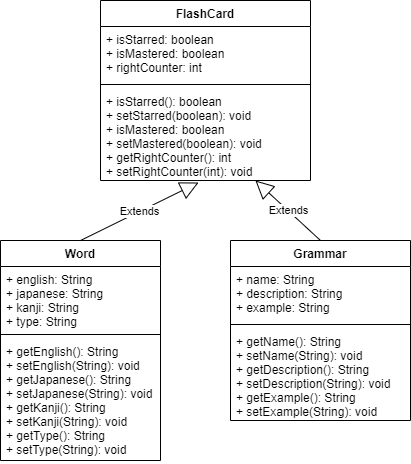
Before: Class Diagram.png, a diagram exported from draw.io (delacruzkb/JPNStudy). Source tidied: cells renumbered, new cells last; positions are measured from the earlier drawing's top-left corner, leaving out a move shared by most shapes. Its diagram source:
```xml
<mxGraphModel>
  <root>
    <mxCell id="0" />
    <mxCell id="1" parent="0" />
    <mxCell id="2" value="Word" style="swimlane;fontStyle=1;align=center;verticalAlign=top;horizontal=1;startSize=26;" parent="1" vertex="1">
      <mxGeometry y="240" width="160" height="220" as="geometry" />
    </mxCell>
    <mxCell id="3" value="+ english: String&#10;+ japanese: String&#10;+ kanji: String&#10;+ type: String&#10;" style="text;strokeColor=none;fillColor=none;align=left;verticalAlign=top;spacingLeft=4;spacingRight=4;overflow=hidden;" parent="2" vertex="1">
      <mxGeometry y="26" width="160" height="64" as="geometry" />
    </mxCell>
    <mxCell id="4" style="line;strokeWidth=1;fillColor=none;align=left;verticalAlign=middle;spacingTop=-1;spacingLeft=3;spacingRight=3;labelPosition=right;" parent="2" vertex="1">
      <mxGeometry y="90" width="160" height="8" as="geometry" />
    </mxCell>
    <mxCell id="5" value="+ getEnglish(): String&#10;+ setEnglish(String): void&#10;+ getJapanese(): String&#10;+ setJapanese(String): void&#10;+ getKanji(): String&#10;+ setKanji(String): void&#10;+ getType(): String&#10;+ setType(String): void" style="text;strokeColor=none;fillColor=none;align=left;verticalAlign=top;spacingLeft=4;spacingRight=4;overflow=hidden;" parent="2" vertex="1">
      <mxGeometry y="98" width="160" height="122" as="geometry" />
    </mxCell>
    <mxCell id="6" value="Grammar" style="swimlane;fontStyle=1;align=center;verticalAlign=top;horizontal=1;startSize=26;" parent="1" vertex="1">
      <mxGeometry x="230" y="240" width="180" height="180" as="geometry" />
    </mxCell>
    <mxCell id="7" value="+ name: String&#10;+ description: String&#10;+ example: String" style="text;strokeColor=none;fillColor=none;align=left;verticalAlign=top;spacingLeft=4;spacingRight=4;overflow=hidden;" parent="6" vertex="1">
      <mxGeometry y="26" width="180" height="54" as="geometry" />
    </mxCell>
    <mxCell id="8" style="line;strokeWidth=1;fillColor=none;align=left;verticalAlign=middle;spacingTop=-1;spacingLeft=3;spacingRight=3;labelPosition=right;" parent="6" vertex="1">
      <mxGeometry y="80" width="180" height="8" as="geometry" />
    </mxCell>
    <mxCell id="9" value="+ getName(): String&#10;+ setName(String): void&#10;+ getDescription(): String&#10;+ setDescription(String): void&#10;+ getExample(): String&#10;+ setExample(String): void" style="text;strokeColor=none;fillColor=none;align=left;verticalAlign=top;spacingLeft=4;spacingRight=4;overflow=hidden;" parent="6" vertex="1">
      <mxGeometry y="88" width="180" height="92" as="geometry" />
    </mxCell>
    <mxCell id="10" value="FlashCard" style="swimlane;fontStyle=1;align=center;verticalAlign=top;horizontal=1;startSize=26;" parent="1" vertex="1">
      <mxGeometry x="100" width="210" height="180" as="geometry" />
    </mxCell>
    <mxCell id="11" value="+ isStarred: boolean&#10;+ isMastered: boolean&#10;+ rightCounter: int" style="text;strokeColor=none;fillColor=none;align=left;verticalAlign=top;spacingLeft=4;spacingRight=4;overflow=hidden;" parent="10" vertex="1">
      <mxGeometry y="26" width="210" height="54" as="geometry" />
    </mxCell>
    <mxCell id="12" style="line;strokeWidth=1;fillColor=none;align=left;verticalAlign=middle;spacingTop=-1;spacingLeft=3;spacingRight=3;labelPosition=right;" parent="10" vertex="1">
      <mxGeometry y="80" width="210" height="8" as="geometry" />
    </mxCell>
    <mxCell id="13" value="+ isStarred(): boolean&#10;+ setStarred(boolean): void&#10;+ isMastered: boolean&#10;+ setMastered(boolean): void&#10;+ getRightCounter(): int&#10;+ setRightCounter(int): void" style="text;strokeColor=none;fillColor=none;align=left;verticalAlign=top;spacingLeft=4;spacingRight=4;overflow=hidden;points=[[0,0.5],[1,0.5]];portConstraint=eastwest;" parent="10" vertex="1">
      <mxGeometry y="88" width="210" height="92" as="geometry" />
    </mxCell>
    <mxCell id="14" value="Extends" style="endArrow=block;endSize=16;endFill=0;html=1;exitX=0.5;exitY=0;exitDx=0;exitDy=0;" parent="1" edge="1" source="6" target="13">
      <mxGeometry relative="1" as="geometry" />
    </mxCell>
    <mxCell id="15" value="Extends" style="endArrow=block;endSize=16;endFill=0;html=1;exitX=0.5;exitY=0;exitDx=0;exitDy=0;entryX=0.467;entryY=1.022;entryDx=0;entryDy=0;entryPerimeter=0;" parent="1" edge="1" source="2" target="13">
      <mxGeometry relative="1" as="geometry" />
    </mxCell>
  </root>
</mxGraphModel>
```
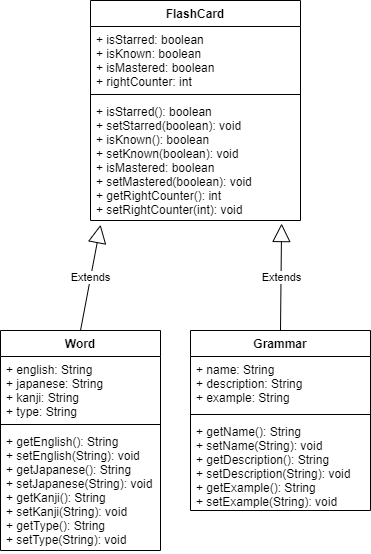
Later version of the same file.

Commit message:
added diagrams for app

What changed in the source:
```diff
@@ -3,7 +3,7 @@
     <mxCell id="0" />
     <mxCell id="1" parent="0" />
     <mxCell id="2" value="Word" style="swimlane;fontStyle=1;align=center;verticalAlign=top;horizontal=1;startSize=26;" parent="1" vertex="1">
-      <mxGeometry y="240" width="160" height="220" as="geometry" />
+      <mxGeometry x="10" y="310" width="160" height="220" as="geometry" />
     </mxCell>
     <mxCell id="3" value="+ english: String&#10;+ japanese: String&#10;+ kanji: String&#10;+ type: String&#10;" style="text;strokeColor=none;fillColor=none;align=left;verticalAlign=top;spacingLeft=4;spacingRight=4;overflow=hidden;" parent="2" vertex="1">
       <mxGeometry y="26" width="160" height="64" as="geometry" />
@@ -15,7 +15,7 @@
       <mxGeometry y="98" width="160" height="122" as="geometry" />
     </mxCell>
     <mxCell id="6" value="Grammar" style="swimlane;fontStyle=1;align=center;verticalAlign=top;horizontal=1;startSize=26;" parent="1" vertex="1">
-      <mxGeometry x="230" y="240" width="180" height="180" as="geometry" />
+      <mxGeometry x="200" y="310" width="180" height="180" as="geometry" />
     </mxCell>
     <mxCell id="7" value="+ name: String&#10;+ description: String&#10;+ example: String" style="text;strokeColor=none;fillColor=none;align=left;verticalAlign=top;spacingLeft=4;spacingRight=4;overflow=hidden;" parent="6" vertex="1">
       <mxGeometry y="26" width="180" height="54" as="geometry" />
@@ -27,21 +27,21 @@
       <mxGeometry y="88" width="180" height="92" as="geometry" />
     </mxCell>
     <mxCell id="10" value="FlashCard" style="swimlane;fontStyle=1;align=center;verticalAlign=top;horizontal=1;startSize=26;" parent="1" vertex="1">
-      <mxGeometry x="100" width="210" height="180" as="geometry" />
+      <mxGeometry x="100" y="-20" width="210" height="220" as="geometry" />
     </mxCell>
-    <mxCell id="11" value="+ isStarred: boolean&#10;+ isMastered: boolean&#10;+ rightCounter: int" style="text;strokeColor=none;fillColor=none;align=left;verticalAlign=top;spacingLeft=4;spacingRight=4;overflow=hidden;" parent="10" vertex="1">
-      <mxGeometry y="26" width="210" height="54" as="geometry" />
+    <mxCell id="11" value="+ isStarred: boolean&#10;+ isKnown: boolean&#10;+ isMastered: boolean&#10;+ rightCounter: int" style="text;strokeColor=none;fillColor=none;align=left;verticalAlign=top;spacingLeft=4;spacingRight=4;overflow=hidden;" parent="10" vertex="1">
+      <mxGeometry y="26" width="210" height="64" as="geometry" />
     </mxCell>
     <mxCell id="12" style="line;strokeWidth=1;fillColor=none;align=left;verticalAlign=middle;spacingTop=-1;spacingLeft=3;spacingRight=3;labelPosition=right;" parent="10" vertex="1">
-      <mxGeometry y="80" width="210" height="8" as="geometry" />
+      <mxGeometry y="90" width="210" height="8" as="geometry" />
     </mxCell>
-    <mxCell id="13" value="+ isStarred(): boolean&#10;+ setStarred(boolean): void&#10;+ isMastered: boolean&#10;+ setMastered(boolean): void&#10;+ getRightCounter(): int&#10;+ setRightCounter(int): void" style="text;strokeColor=none;fillColor=none;align=left;verticalAlign=top;spacingLeft=4;spacingRight=4;overflow=hidden;points=[[0,0.5],[1,0.5]];portConstraint=eastwest;" parent="10" vertex="1">
-      <mxGeometry y="88" width="210" height="92" as="geometry" />
+    <mxCell id="13" value="+ isStarred(): boolean&#10;+ setStarred(boolean): void&#10;+ isKnown(): boolean&#10;+ setKnown(boolean): void&#10;+ isMastered: boolean&#10;+ setMastered(boolean): void&#10;+ getRightCounter(): int&#10;+ setRightCounter(int): void" style="text;strokeColor=none;fillColor=none;align=left;verticalAlign=top;spacingLeft=4;spacingRight=4;overflow=hidden;points=[[0,0.5],[1,0.5]];portConstraint=eastwest;" parent="10" vertex="1">
+      <mxGeometry y="98" width="210" height="122" as="geometry" />
     </mxCell>
-    <mxCell id="14" value="Extends" style="endArrow=block;endSize=16;endFill=0;html=1;exitX=0.5;exitY=0;exitDx=0;exitDy=0;" parent="1" edge="1" source="6" target="13">
+    <mxCell id="14" value="Extends" style="endArrow=block;endSize=16;endFill=0;html=1;exitX=0.5;exitY=0;exitDx=0;exitDy=0;entryX=0.91;entryY=1.025;entryDx=0;entryDy=0;entryPerimeter=0;" parent="1" edge="1" source="6" target="13">
       <mxGeometry relative="1" as="geometry" />
     </mxCell>
-    <mxCell id="15" value="Extends" style="endArrow=block;endSize=16;endFill=0;html=1;exitX=0.5;exitY=0;exitDx=0;exitDy=0;entryX=0.467;entryY=1.022;entryDx=0;entryDy=0;entryPerimeter=0;" parent="1" edge="1" source="2" target="13">
+    <mxCell id="15" value="Extends" style="endArrow=block;endSize=16;endFill=0;html=1;exitX=0.5;exitY=0;exitDx=0;exitDy=0;entryX=0.048;entryY=1.035;entryDx=0;entryDy=0;entryPerimeter=0;" parent="1" edge="1" source="2" target="13">
       <mxGeometry relative="1" as="geometry" />
     </mxCell>
   </root>
```
